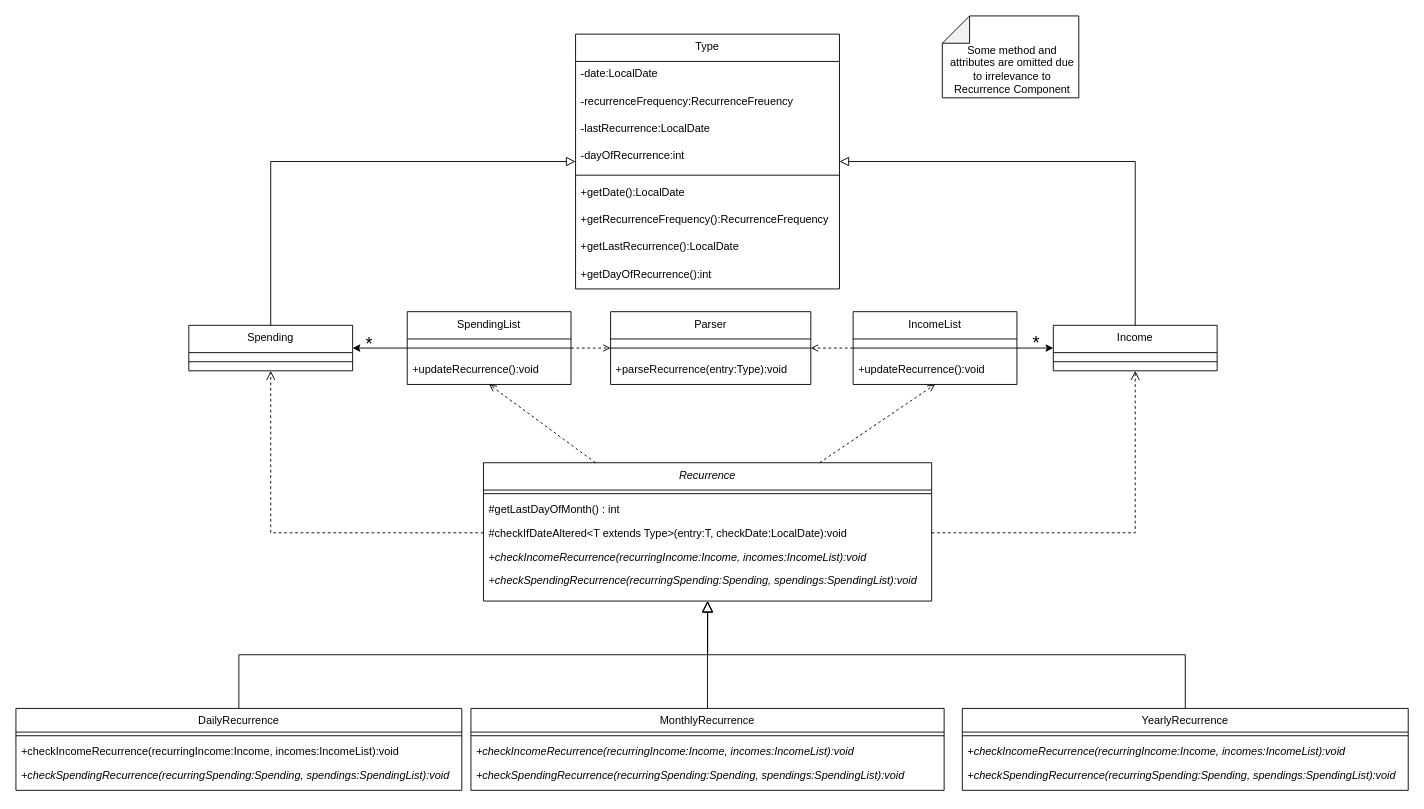
Before: docs/Diagrams/recurrenceClassDiagram.drawio in wongwh2002/CS2113TeamProject, a draw.io diagram. Source tidied: cells renumbered, new cells numbered last; positions are measured from the earlier drawing's top-left corner, leaving out a move shared by most shapes. Both pictures are drawn from the tidied source at 91%, with x=0, y=0 at pixel (15, -12).
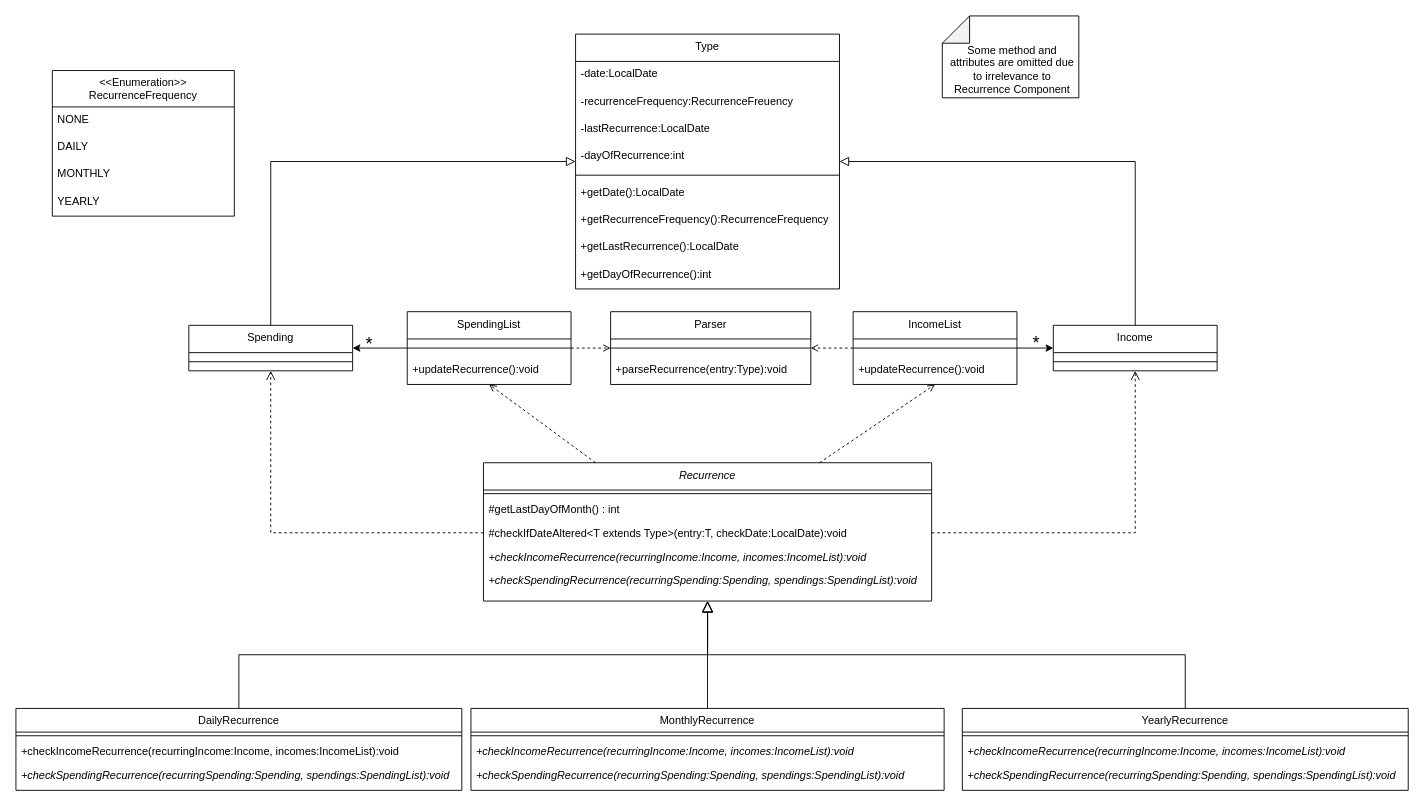
After the change.

Commit message (it also covers changes not shown here):
Update class diagram with enumeration

Diff of the diagram source:
```diff
@@
+    <mxCell id="60" value="&lt;&lt;Enumeration&gt;&gt;&#10;RecurrenceFrequency" style="swimlane;fontStyle=0;align=center;verticalAlign=top;horizontal=1;startSize=40;rounded=0;shadow=0;strokeWidth=1;" parent="1" vertex="1">
+      <mxGeometry x="40" y="90" width="200" height="160" as="geometry" />
+    </mxCell>
+    <mxCell id="61" value="NONE" style="text;align=left;verticalAlign=top;spacingLeft=4;spacingRight=4;overflow=hidden;" parent="60" vertex="1">
+      <mxGeometry y="40" width="200" height="30" as="geometry" />
+    </mxCell>
+    <mxCell id="62" value="DAILY" style="text;align=left;verticalAlign=top;spacingLeft=4;spacingRight=4;overflow=hidden;" parent="60" vertex="1">
+      <mxGeometry y="70" width="200" height="30" as="geometry" />
+    </mxCell>
+    <mxCell id="63" value="MONTHLY" style="text;align=left;verticalAlign=top;spacingLeft=4;spacingRight=4;overflow=hidden;" parent="60" vertex="1">
+      <mxGeometry y="100" width="200" height="30" as="geometry" />
+    </mxCell>
+    <mxCell id="64" value="YEARLY" style="text;align=left;verticalAlign=top;spacingLeft=4;spacingRight=4;overflow=hidden;" parent="60" vertex="1">
+      <mxGeometry y="130" width="200" height="30" as="geometry" />
+    </mxCell>
```
